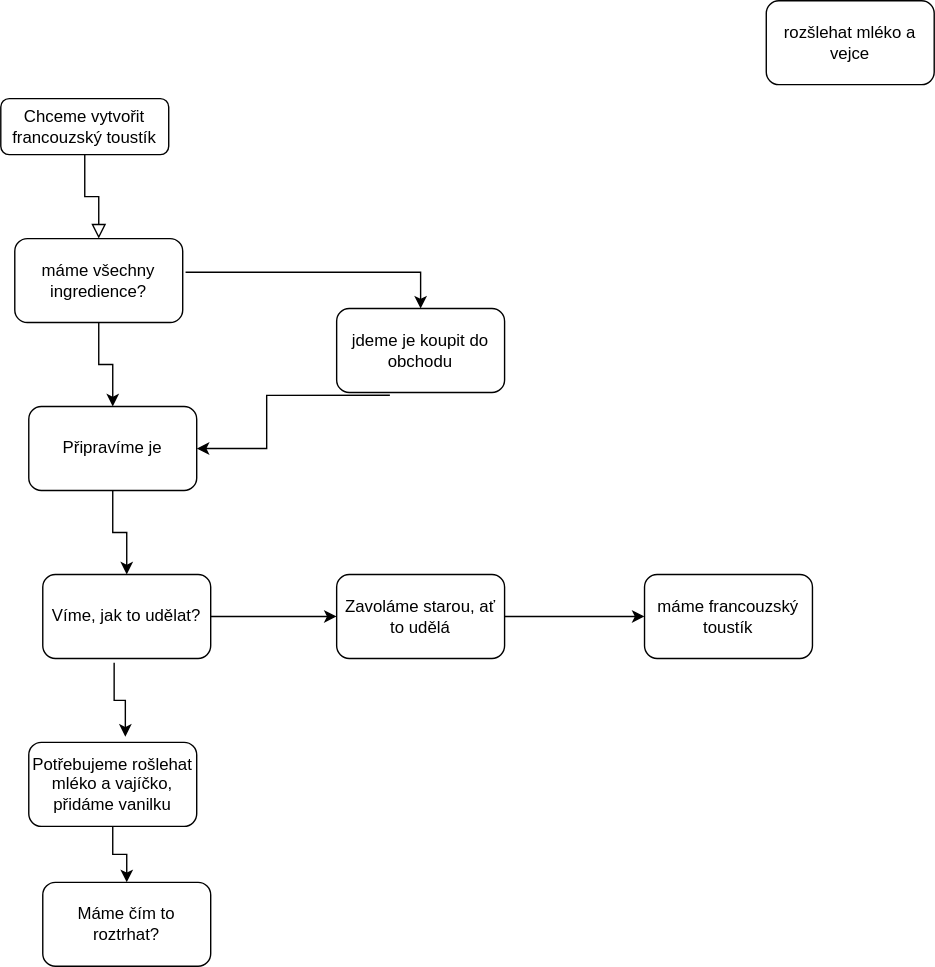
The draw.io diagram Untitled Diagram.drawio.svg in kostlanovec/pslib, before a commit. Source tidied: cells renumbered, new cells last; positions are measured from the earlier drawing's top-left corner, leaving out a move shared by most shapes.
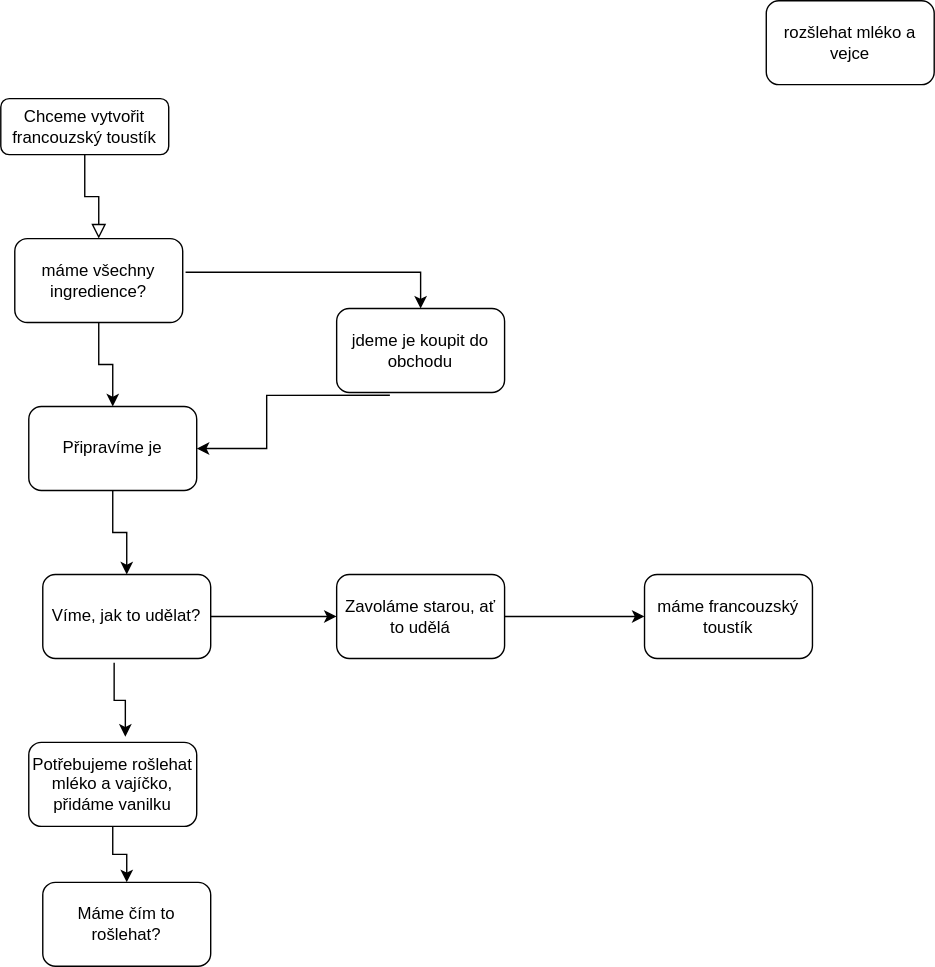
The same file after the commit.

Diff of the diagram source:
```diff
@@ -55,7 +55,7 @@
     <mxCell id="18" style="endArrow=classic;html=1;rounded=0;edgeStyle=orthogonalEdgeStyle;exitX=0.425;exitY=1.05;exitDx=0;exitDy=0;exitPerimeter=0;entryX=0.575;entryY=-0.067;entryDx=0;entryDy=0;entryPerimeter=0;" parent="1" edge="1" source="11" target="17">
       <mxGeometry relative="1" as="geometry" />
     </mxCell>
-    <mxCell id="19" value="Máme čím to roztrhat?" style="rounded=1;whiteSpace=wrap;html=1;" parent="1" vertex="1">
+    <mxCell id="19" value="Máme čím to rošlehat?" style="rounded=1;whiteSpace=wrap;html=1;" parent="1" vertex="1">
       <mxGeometry x="30" y="630" width="120" height="60" as="geometry" />
     </mxCell>
     <mxCell id="20" style="endArrow=classic;html=1;rounded=0;edgeStyle=orthogonalEdgeStyle;exitX=0.5;exitY=1;exitDx=0;exitDy=0;entryX=0.5;entryY=0;entryDx=0;entryDy=0;" parent="1" edge="1" source="17" target="19">
```
